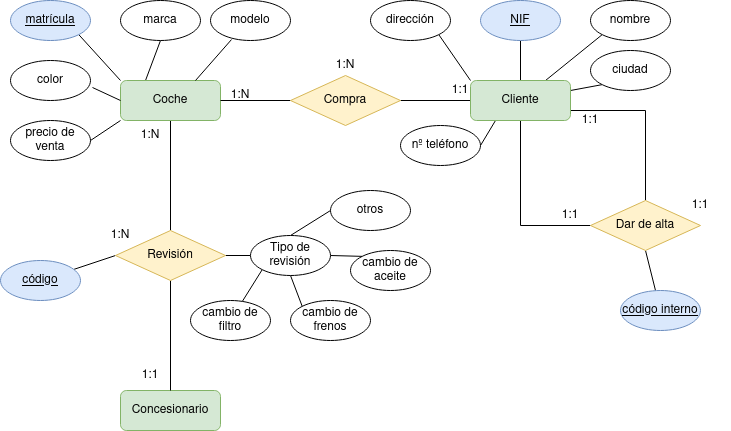
LuisMGlez/base-datos keeps this draw.io diagram as Unidad-1/Tareas/Tarea-5/Ejercicio6.drawio.png. Above is the earlier version. Source tidied: cells renumbered, new cells last; positions are measured from the earlier drawing's top-left corner, leaving out a move shared by most shapes.
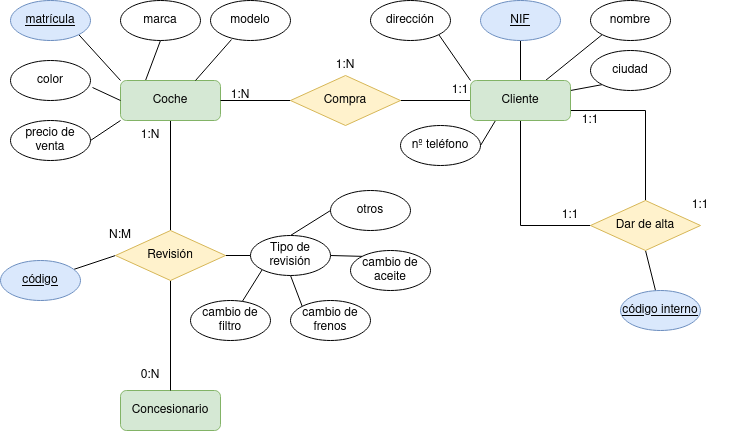
Later version of the same file.

What changed in the source:
```diff
@@ -152,10 +152,10 @@
     <mxCell id="51" value="1:N" style="text;strokeColor=none;align=center;fillColor=none;html=1;verticalAlign=middle;whiteSpace=wrap;rounded=0;" parent="1" vertex="1">
       <mxGeometry x="210" y="80" width="60" height="30" as="geometry" />
     </mxCell>
-    <mxCell id="52" value="1:1" style="text;strokeColor=none;align=center;fillColor=none;html=1;verticalAlign=middle;whiteSpace=wrap;rounded=0;" parent="1" vertex="1">
+    <mxCell id="52" value="0:N" style="text;strokeColor=none;align=center;fillColor=none;html=1;verticalAlign=middle;whiteSpace=wrap;rounded=0;" parent="1" vertex="1">
       <mxGeometry x="120" y="360" width="60" height="30" as="geometry" />
     </mxCell>
-    <mxCell id="53" value="1:N" style="text;strokeColor=none;align=center;fillColor=none;html=1;verticalAlign=middle;whiteSpace=wrap;rounded=0;" parent="1" vertex="1">
+    <mxCell id="53" value="N:M" style="text;strokeColor=none;align=center;fillColor=none;html=1;verticalAlign=middle;whiteSpace=wrap;rounded=0;" parent="1" vertex="1">
       <mxGeometry x="90" y="220" width="60" height="30" as="geometry" />
     </mxCell>
     <mxCell id="54" value="1:1" style="text;strokeColor=none;align=center;fillColor=none;html=1;verticalAlign=middle;whiteSpace=wrap;rounded=0;" parent="1" vertex="1">
```
